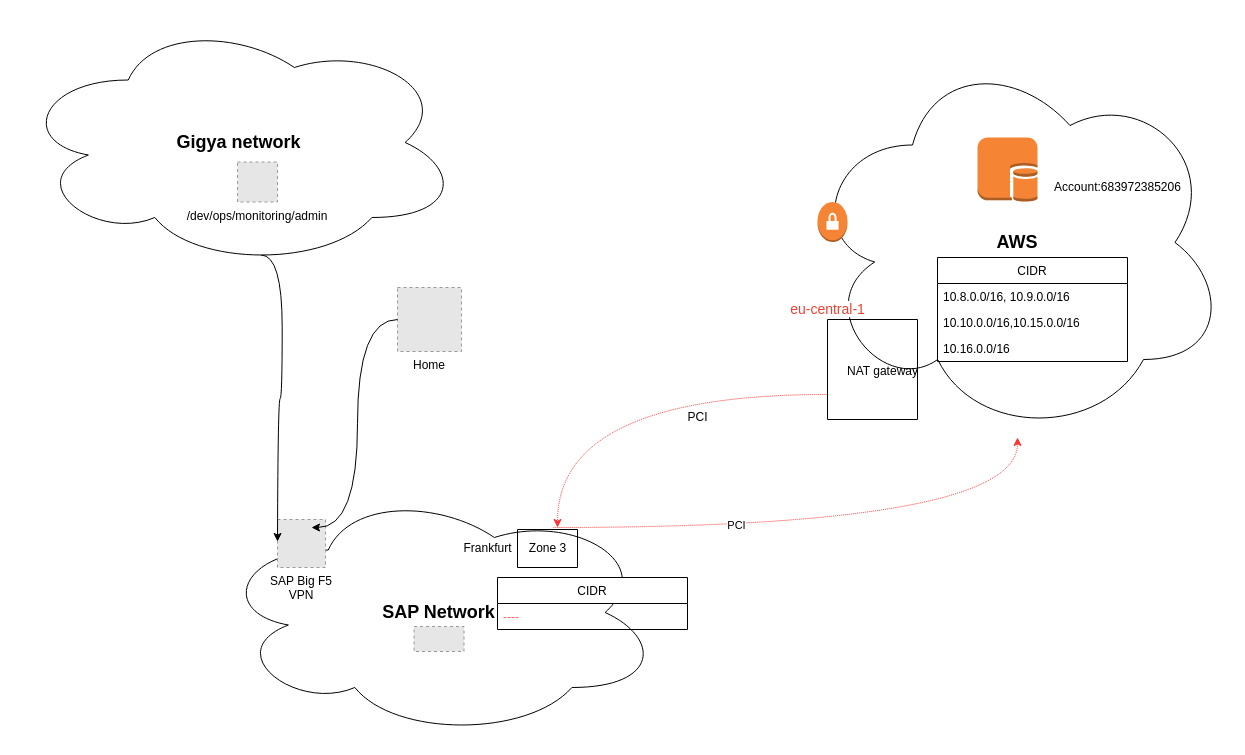
BismarckY/diagarm keeps this draw.io diagram as page "Gigya-PCI" (2 of 2) of Gigya_PCI.drawio. Above is the earlier version. Source tidied: cells renumbered, new cells numbered last; positions are measured from the earlier drawing's top-left corner, leaving out a move shared by most shapes. Both pictures are drawn from the tidied source at 100%, with x=0, y=0 at pixel (17, 17). Pictures stored in the file or linked from it are replaced by grey dashed boxes.
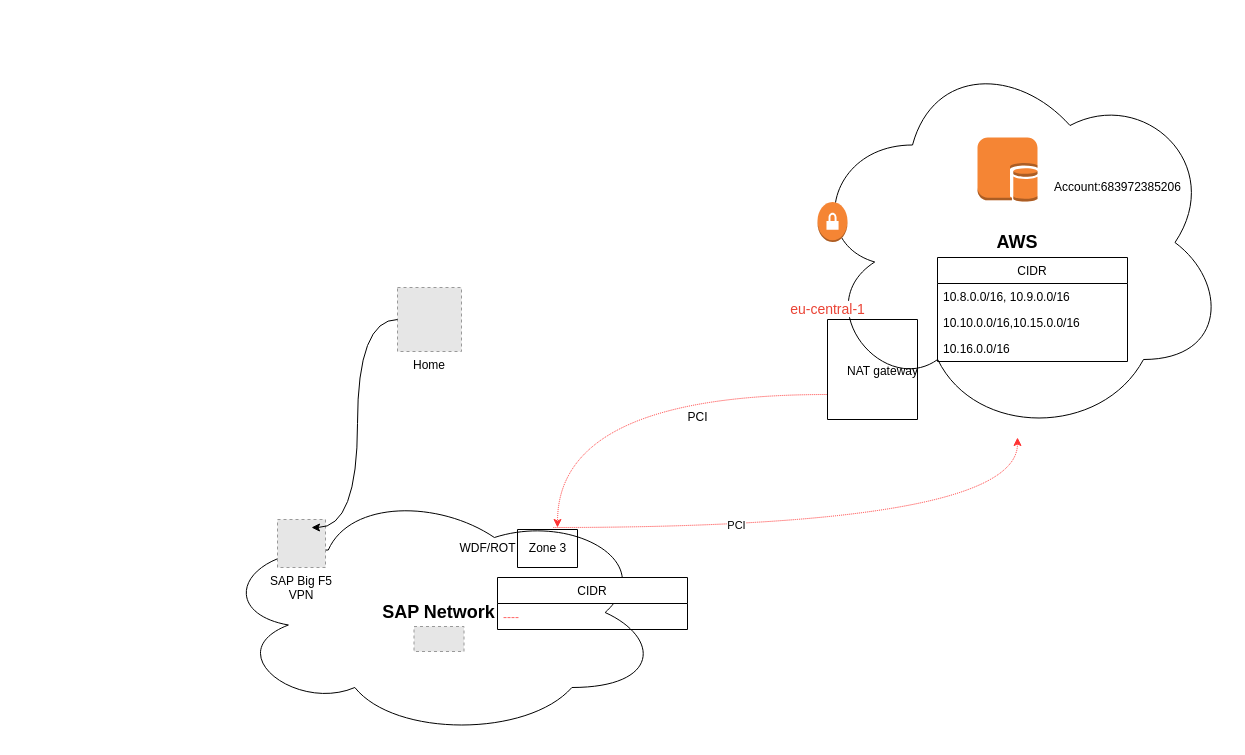
The same page after the edit.

Diff of the diagram source:
```diff
@@
-    <mxCell id="5" value="&lt;font style=&quot;font-size: 18px&quot;&gt;&lt;b&gt;Gigya network&lt;/b&gt;&lt;/font&gt;" style="ellipse;shape=cloud;whiteSpace=wrap;html=1;" parent="1" vertex="1">
-      <mxGeometry width="443" height="250" as="geometry" />
-    </mxCell>
@@
-    <mxCell id="7" value="/dev/ops/monitoring/admin&#10;" style="fillColor=#E6E6E6;strokeColor=#999999;dashed=1;verticalLabelPosition=bottom;verticalAlign=top;labelBackgroundColor=#ffffff;" parent="1" vertex="1">
-      <mxGeometry x="220" y="144.5" width="40" height="40" as="geometry" />
-    </mxCell>
@@
-    <mxCell id="17" value="Frankfurt" style="text;html=1;align=center;verticalAlign=middle;strokeColor=none;" parent="1" vertex="1">
-      <mxGeometry x="440" y="521" width="60" height="20" as="geometry" />
+    <mxCell id="17" value="WDF/ROT" style="text;html=1;align=center;verticalAlign=middle;strokeColor=none;" parent="1" vertex="1">
+      <mxGeometry x="435" y="521" width="70" height="20" as="geometry" />
     </mxCell>
@@
-    <mxCell id="24" style="edgeStyle=orthogonalEdgeStyle;rounded=0;orthogonalLoop=1;jettySize=auto;html=1;exitX=0.55;exitY=0.95;exitDx=0;exitDy=0;exitPerimeter=0;entryX=0;entryY=0.5;entryDx=0;entryDy=0;curved=1;" parent="1" edge="1">
-      <mxGeometry relative="1" as="geometry">
-        <mxPoint x="243.7" y="237.5" as="sourcePoint" />
-        <mxPoint x="260" y="524" as="targetPoint" />
-      </mxGeometry>
-    </mxCell>
```
